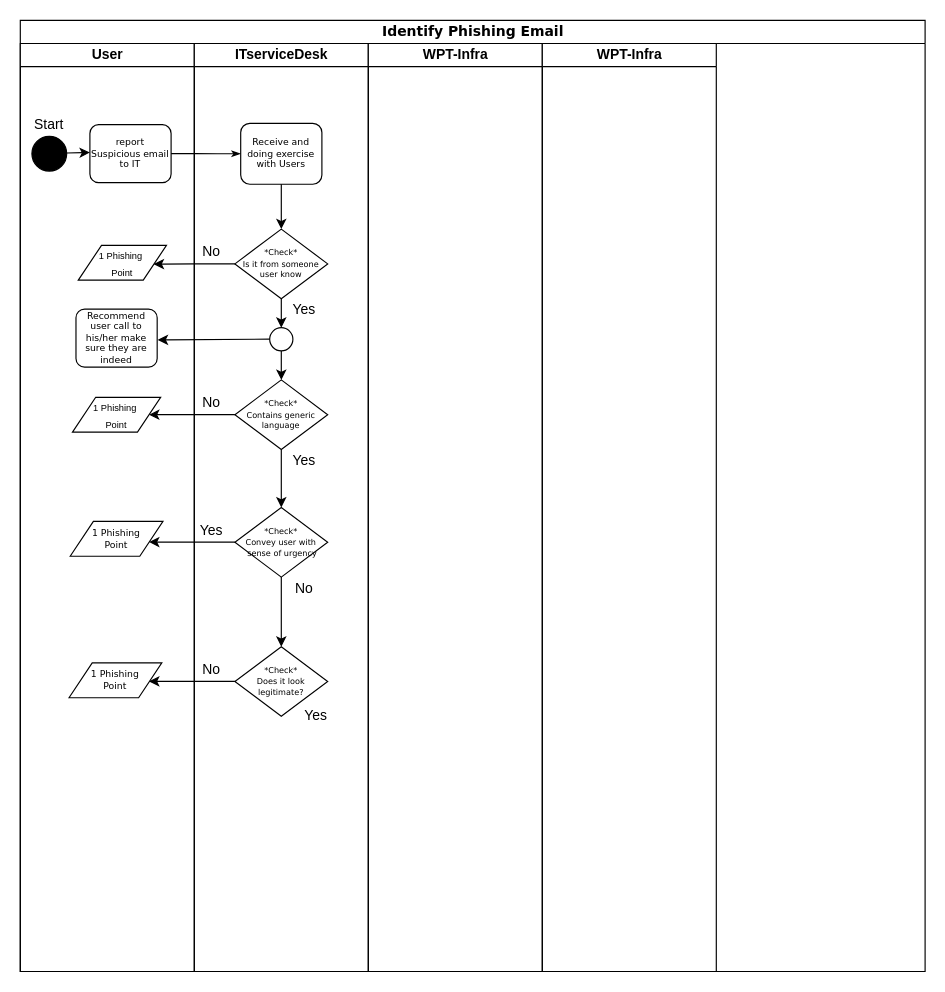
Earlier version of the draw.io diagram Untitled Diagram.drawio (psukasame/sukasamecloud). Source tidied: cells renumbered, new cells numbered last; positions are measured from the earlier drawing's top-left corner, leaving out a move shared by most shapes. Both pictures are drawn from the tidied source at 116%, with x=0, y=0 at pixel (20, 20).
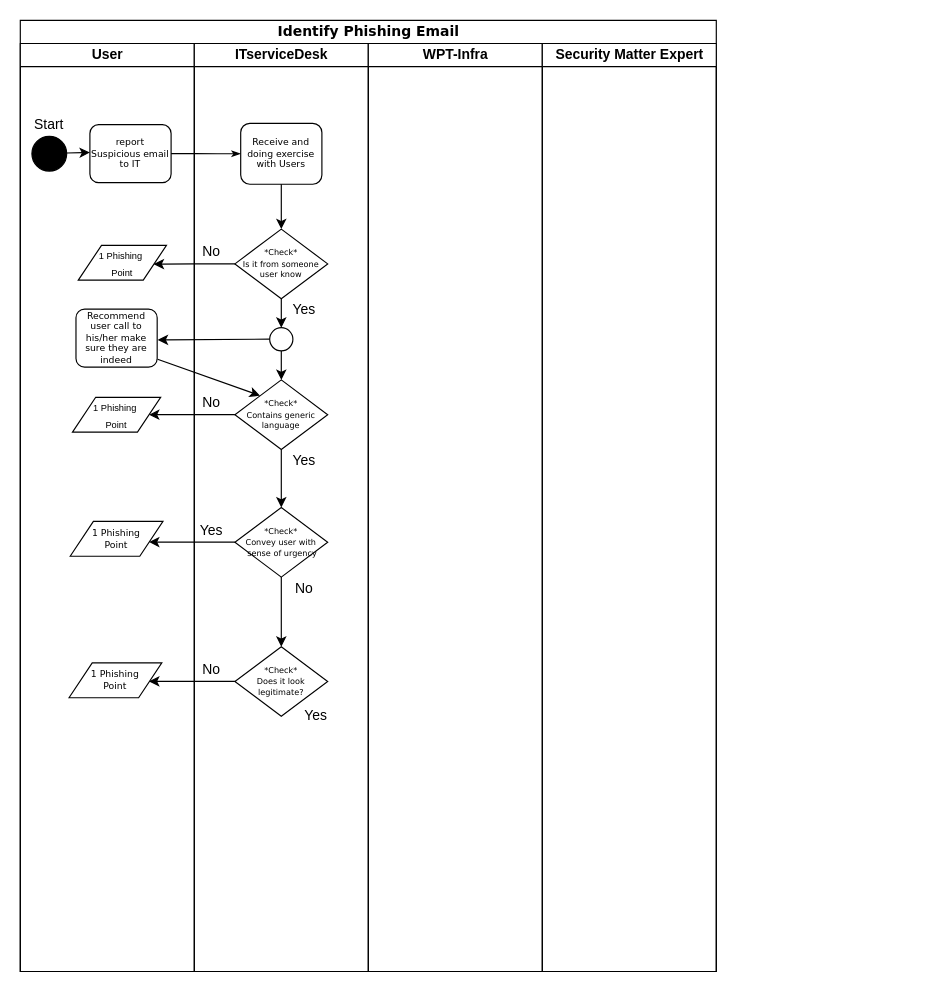
The same page after the edit.

The change refers to these unchanged cells:
```xml
<mxCell id="11" value="Recommend user call to his/her make sure they are indeed" style="rounded=1;whiteSpace=wrap;html=1;shadow=0;labelBackgroundColor=none;strokeWidth=1;fontFamily=Verdana;fontSize=8;align=center;" parent="3" vertex="1">
  <mxGeometry x="48" y="229" width="70" height="50" as="geometry" />
</mxCell>
<mxCell id="21" value="&lt;span style=&quot;font-size: 7px&quot;&gt;*Check*&lt;br&gt;Contains generic language&lt;br&gt;&lt;/span&gt;" style="rhombus;whiteSpace=wrap;html=1;rounded=0;shadow=0;labelBackgroundColor=none;strokeWidth=1;fontFamily=Verdana;fontSize=8;align=center;" parent="14" vertex="1">
  <mxGeometry x="35" y="290" width="80" height="60" as="geometry" />
</mxCell>
```

The edit, as a diff of the source:
```diff
@@
     <mxCell id="2" value="&lt;font style=&quot;font-size: 12px&quot;&gt;Identify Phishing Email&lt;/font&gt;" style="swimlane;html=1;startSize=20;rounded=0;shadow=0;labelBackgroundColor=none;strokeWidth=1;fontFamily=Verdana;fontSize=8;align=center;" parent="1" vertex="1">
-      <mxGeometry width="780" height="820" as="geometry" />
+      <mxGeometry width="600" height="820" as="geometry" />
     </mxCell>
@@
-    <mxCell id="39" value="WPT-Infra" style="swimlane;html=1;startSize=20;" parent="2" vertex="1">
-      <mxGeometry x="450" y="20" width="150" height="800" as="geometry" />
-    </mxCell>
@@
+    <mxCell id="41" style="endArrow=classic;html=1;entryX=0.271;entryY=0.226;entryDx=0;entryDy=0;entryPerimeter=0;exitX=1.005;exitY=0.863;exitDx=0;exitDy=0;exitPerimeter=0;" parent="2" edge="1" source="11" target="21">
+      <mxGeometry relative="1" as="geometry" />
+    </mxCell>
+    <mxCell id="42" value="Security Matter Expert" style="swimlane;html=1;startSize=20;" parent="2" vertex="1">
+      <mxGeometry x="450" y="20" width="150" height="800" as="geometry" />
+    </mxCell>
```
